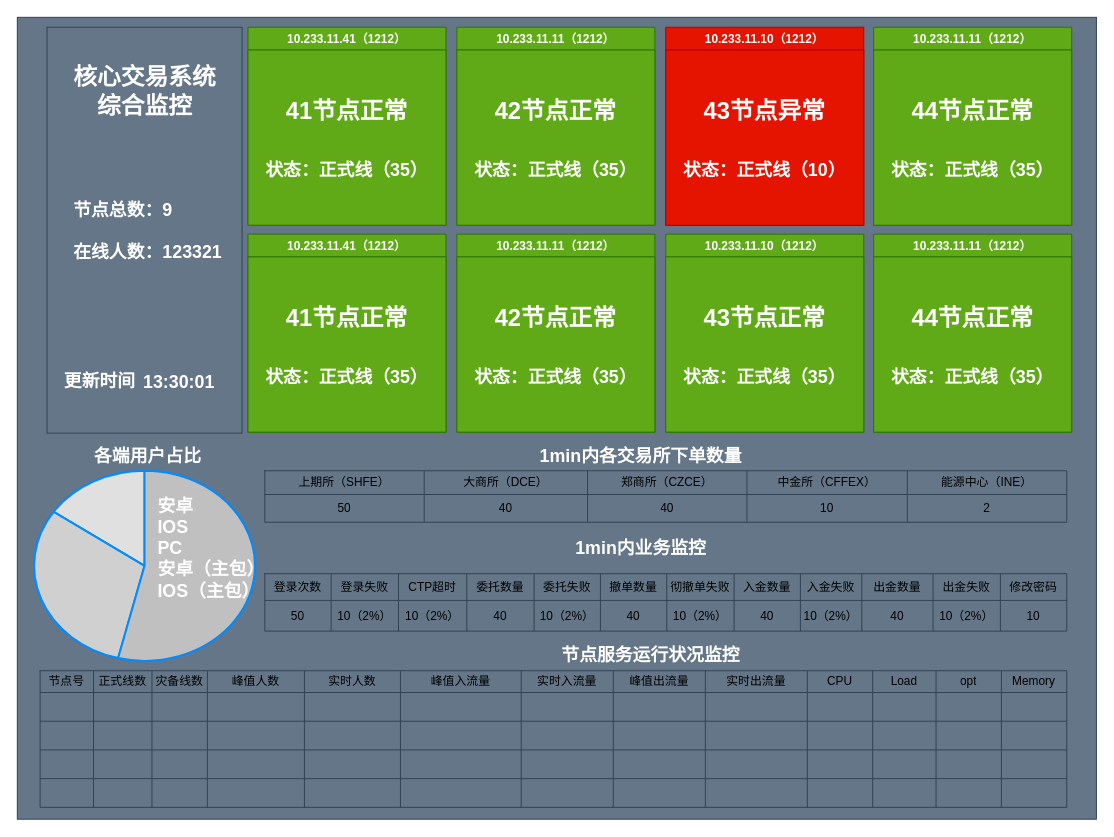
Before: page "第 3 页" (3 of 3) of Untitled Diagram.drawio in qinyuLT/Amadeus, a draw.io diagram. Source tidied: cells renumbered, new cells numbered last; positions are measured from the earlier drawing's top-left corner, leaving out a move shared by most shapes. Both pictures are drawn from the tidied source at 99%, with x=0, y=0 at pixel (17, 17).
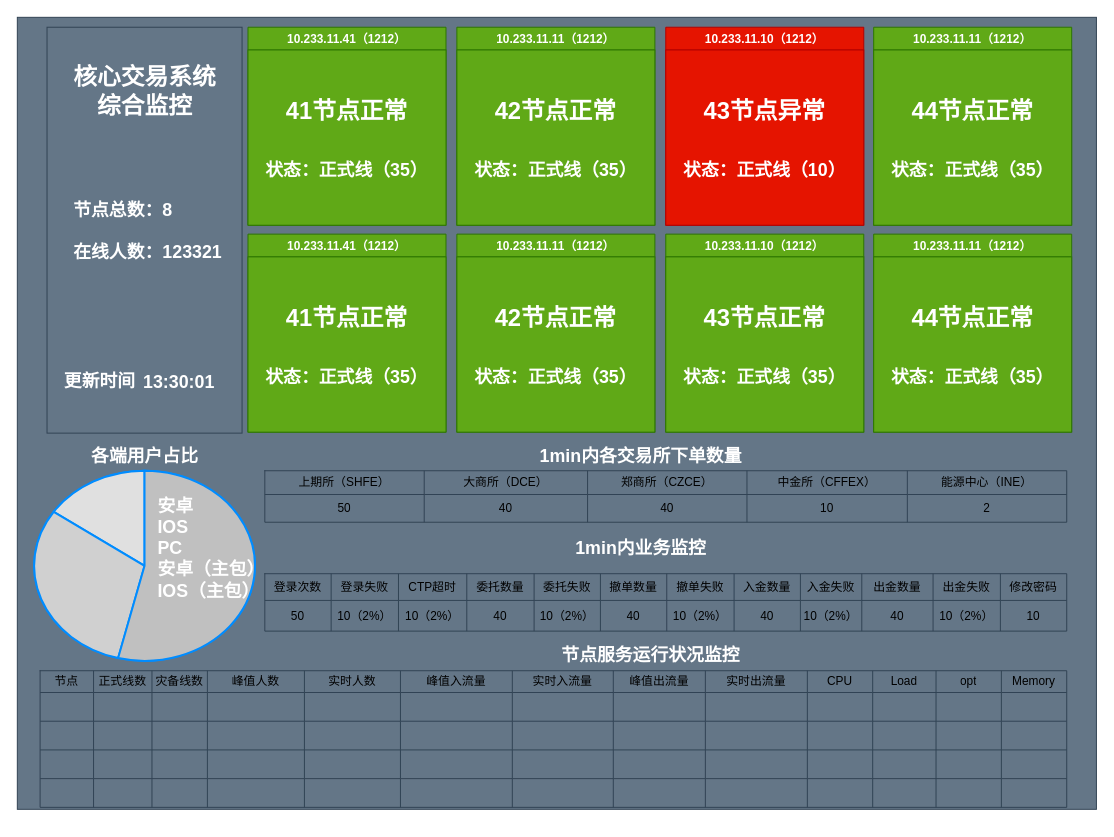
The same diagram, later.

Unchanged cells that the change refers to:
```xml
<mxCell id="55" style="shape=partialRectangle;html=1;whiteSpace=wrap;fillColor=none;top=0;left=0;bottom=0;right=0;" parent="54" vertex="1">
  <mxGeometry width="1037" height="22" as="geometry" />
</mxCell>
<mxCell id="69" style="shape=partialRectangle;html=1;whiteSpace=wrap;fillColor=none;top=0;left=0;bottom=0;right=0;" parent="54" vertex="1">
  <mxGeometry y="22" width="1037" height="29" as="geometry" />
</mxCell>
<mxCell id="83" style="shape=partialRectangle;html=1;whiteSpace=wrap;fillColor=none;top=0;left=0;bottom=0;right=0;" parent="54" vertex="1">
  <mxGeometry y="51" width="1037" height="29" as="geometry" />
</mxCell>
<mxCell id="97" style="shape=partialRectangle;html=1;whiteSpace=wrap;fillColor=none;top=0;left=0;bottom=0;right=0;" parent="54" vertex="1">
  <mxGeometry y="80" width="1037" height="29" as="geometry" />
</mxCell>
<mxCell id="111" style="shape=partialRectangle;html=1;whiteSpace=wrap;fillColor=none;top=0;left=0;bottom=0;right=0;" parent="54" vertex="1">
  <mxGeometry y="109" width="1037" height="29" as="geometry" />
</mxCell>
<mxCell id="129" style="shape=partialRectangle;html=1;whiteSpace=wrap;fillColor=none;top=0;left=0;bottom=0;right=0;" parent="128" vertex="1">
  <mxGeometry width="810" height="27" as="geometry" />
</mxCell>
```

What changed in the source:
```diff
@@
     <mxCell id="2" style="rounded=0;whiteSpace=wrap;html=1;fillColor=#647687;strokeColor=#314354;fontColor=#ffffff;" parent="1" vertex="1">
-      <mxGeometry width="1090" height="810" as="geometry" />
+      <mxGeometry width="1090" height="800" as="geometry" />
     </mxCell>
@@
-    <mxCell id="39" value="&lt;div style=&quot;text-align: left&quot;&gt;&lt;b style=&quot;font-size: 18px ; color: rgb(255 , 255 , 255)&quot;&gt;节点总数：9&lt;/b&gt;&lt;/div&gt;&lt;div style=&quot;text-align: left&quot;&gt;&lt;b style=&quot;font-size: 18px ; color: rgb(255 , 255 , 255)&quot;&gt;&lt;br&gt;&lt;/b&gt;&lt;/div&gt;&lt;font color=&quot;#ffffff&quot;&gt;&lt;div style=&quot;text-align: left&quot;&gt;&lt;b style=&quot;font-size: 18px&quot;&gt;在线人数：123321&lt;/b&gt;&lt;/div&gt;&lt;div style=&quot;text-align: left&quot;&gt;&lt;b style=&quot;font-size: 18px&quot;&gt;&lt;br&gt;&lt;/b&gt;&lt;/div&gt;&lt;div style=&quot;text-align: left&quot;&gt;&lt;b style=&quot;font-size: 18px&quot;&gt;&lt;br&gt;&lt;/b&gt;&lt;/div&gt;&lt;/font&gt;" style="text;html=1;strokeColor=none;fillColor=none;align=center;verticalAlign=middle;whiteSpace=wrap;rounded=0;" parent="1" vertex="1">
+    <mxCell id="39" value="&lt;div style=&quot;text-align: left&quot;&gt;&lt;b style=&quot;font-size: 18px ; color: rgb(255 , 255 , 255)&quot;&gt;节点总数：8&lt;/b&gt;&lt;/div&gt;&lt;div style=&quot;text-align: left&quot;&gt;&lt;b style=&quot;font-size: 18px ; color: rgb(255 , 255 , 255)&quot;&gt;&lt;br&gt;&lt;/b&gt;&lt;/div&gt;&lt;font color=&quot;#ffffff&quot;&gt;&lt;div style=&quot;text-align: left&quot;&gt;&lt;b style=&quot;font-size: 18px&quot;&gt;在线人数：123321&lt;/b&gt;&lt;/div&gt;&lt;div style=&quot;text-align: left&quot;&gt;&lt;b style=&quot;font-size: 18px&quot;&gt;&lt;br&gt;&lt;/b&gt;&lt;/div&gt;&lt;div style=&quot;text-align: left&quot;&gt;&lt;b style=&quot;font-size: 18px&quot;&gt;&lt;br&gt;&lt;/b&gt;&lt;/div&gt;&lt;/font&gt;" style="text;html=1;strokeColor=none;fillColor=none;align=center;verticalAlign=middle;whiteSpace=wrap;rounded=0;" parent="1" vertex="1">
       <mxGeometry x="51.5" y="203" width="160" height="70" as="geometry" />
     </mxCell>
@@
-    <mxCell id="56" value="节点号" style="shape=partialRectangle;html=1;whiteSpace=wrap;overflow=hidden;fillColor=none;top=0;left=0;bottom=0;right=0;" parent="55" vertex="1">
+    <mxCell id="56" value="节点" style="shape=partialRectangle;html=1;whiteSpace=wrap;overflow=hidden;fillColor=none;top=0;left=0;bottom=0;right=0;" parent="55" vertex="1">
       <mxGeometry width="54" height="22" as="geometry" />
     </mxCell>
@@
     <mxCell id="61" value="峰值入流量" style="shape=partialRectangle;html=1;whiteSpace=wrap;overflow=hidden;fillColor=none;top=0;left=0;bottom=0;right=0;" parent="55" vertex="1">
-      <mxGeometry x="364" width="122" height="22" as="geometry" />
+      <mxGeometry x="364" width="113" height="22" as="geometry" />
     </mxCell>
     <mxCell id="62" value="实时入流量" style="shape=partialRectangle;html=1;whiteSpace=wrap;overflow=hidden;fillColor=none;top=0;left=0;bottom=0;right=0;" parent="55" vertex="1">
-      <mxGeometry x="486" width="93" height="22" as="geometry" />
+      <mxGeometry x="477" width="102" height="22" as="geometry" />
     </mxCell>
@@
     <mxCell id="75" style="shape=partialRectangle;html=1;whiteSpace=wrap;overflow=hidden;fillColor=none;top=0;left=0;bottom=0;right=0;" parent="69" vertex="1">
-      <mxGeometry x="364" width="122" height="29" as="geometry" />
+      <mxGeometry x="364" width="113" height="29" as="geometry" />
     </mxCell>
     <mxCell id="76" style="shape=partialRectangle;html=1;whiteSpace=wrap;overflow=hidden;fillColor=none;top=0;left=0;bottom=0;right=0;" parent="69" vertex="1">
-      <mxGeometry x="486" width="93" height="29" as="geometry" />
+      <mxGeometry x="477" width="102" height="29" as="geometry" />
     </mxCell>
@@
     <mxCell id="89" style="shape=partialRectangle;html=1;whiteSpace=wrap;overflow=hidden;fillColor=none;top=0;left=0;bottom=0;right=0;" parent="83" vertex="1">
-      <mxGeometry x="364" width="122" height="29" as="geometry" />
+      <mxGeometry x="364" width="113" height="29" as="geometry" />
     </mxCell>
     <mxCell id="90" style="shape=partialRectangle;html=1;whiteSpace=wrap;overflow=hidden;fillColor=none;top=0;left=0;bottom=0;right=0;" parent="83" vertex="1">
-      <mxGeometry x="486" width="93" height="29" as="geometry" />
+      <mxGeometry x="477" width="102" height="29" as="geometry" />
     </mxCell>
@@
     <mxCell id="103" style="shape=partialRectangle;html=1;whiteSpace=wrap;overflow=hidden;fillColor=none;top=0;left=0;bottom=0;right=0;" parent="97" vertex="1">
-      <mxGeometry x="364" width="122" height="29" as="geometry" />
+      <mxGeometry x="364" width="113" height="29" as="geometry" />
     </mxCell>
     <mxCell id="104" style="shape=partialRectangle;html=1;whiteSpace=wrap;overflow=hidden;fillColor=none;top=0;left=0;bottom=0;right=0;" parent="97" vertex="1">
-      <mxGeometry x="486" width="93" height="29" as="geometry" />
+      <mxGeometry x="477" width="102" height="29" as="geometry" />
     </mxCell>
@@
     <mxCell id="117" style="shape=partialRectangle;html=1;whiteSpace=wrap;overflow=hidden;fillColor=none;top=0;left=0;bottom=0;right=0;" parent="111" vertex="1">
-      <mxGeometry x="364" width="122" height="29" as="geometry" />
+      <mxGeometry x="364" width="113" height="29" as="geometry" />
     </mxCell>
     <mxCell id="118" style="shape=partialRectangle;html=1;whiteSpace=wrap;overflow=hidden;fillColor=none;top=0;left=0;bottom=0;right=0;" parent="111" vertex="1">
-      <mxGeometry x="486" width="93" height="29" as="geometry" />
+      <mxGeometry x="477" width="102" height="29" as="geometry" />
     </mxCell>
@@
     <mxCell id="125" value="&lt;font color=&quot;#ffffff&quot;&gt;&lt;span style=&quot;font-size: 18px&quot;&gt;&lt;b&gt;各端用户占比&lt;/b&gt;&lt;/span&gt;&lt;/font&gt;" style="text;html=1;strokeColor=none;fillColor=none;align=center;verticalAlign=middle;whiteSpace=wrap;rounded=0;" parent="1" vertex="1">
-      <mxGeometry x="38.5" y="419" width="186" height="50" as="geometry" />
+      <mxGeometry x="35.5" y="419" width="186" height="50" as="geometry" />
     </mxCell>
@@
-    <mxCell id="136" value="彻撤单失败" style="shape=partialRectangle;html=1;whiteSpace=wrap;overflow=hidden;fillColor=none;top=0;left=0;bottom=0;right=0;" parent="129" vertex="1">
+    <mxCell id="136" value="撤单失败" style="shape=partialRectangle;html=1;whiteSpace=wrap;overflow=hidden;fillColor=none;top=0;left=0;bottom=0;right=0;" parent="129" vertex="1">
       <mxGeometry x="406" width="68" height="27" as="geometry" />
     </mxCell>
```
